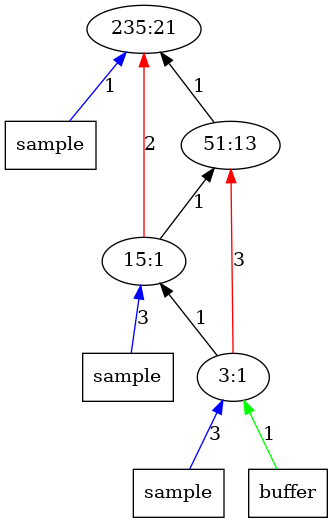
AbhikKhan/MTP_IITG keeps this Graphviz diagram as outputImages/op21.png.png. Above is the earlier version. Its source is kept beside it as outputTrees/op21.dot.
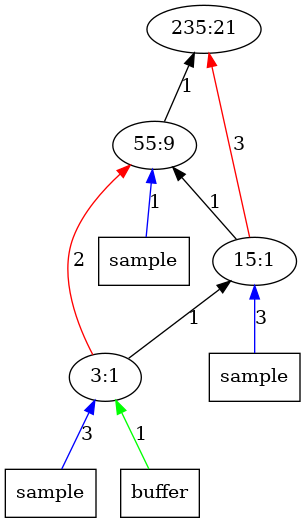
After the commit.

Change to the diagram source:
```diff
@@ -1,17 +1,17 @@
 digraph Tree{
 	rankdir="BT"
-	x11 -> 1 [label = "1", color = "blue"];
-	x11 [label = "sample", shape = "box"];
 	1 [label = "235:21"];
 	2 -> 1 [label = "1", color = "black"];
-	2 [label = "51:13"];
-	3 -> 1 [label = "2", color = "red"];
+	x21 -> 2 [label = "1", color = "blue"];
+	x21 [label = "sample", shape = "box"];
+	2 [label = "55:9"];
+	3 -> 1 [label = "3", color = "red"];
 	3 -> 2 [label = "1", color = "black"];
 	x31 -> 3 [label = "3", color = "blue"];
 	x31 [label = "sample", shape = "box"];
 	3 [label = "15:1"];
+	4 -> 2 [label = "2", color = "red"];
 	4 -> 3 [label = "1", color = "black"];
-	4 -> 2 [label = "3", color = "red"];
 	x41 -> 4 [label = "3", color = "blue"];
 	x41 [label = "sample", shape = "box"];
 	x42 -> 4 [label = "1", color = "green"];
```
